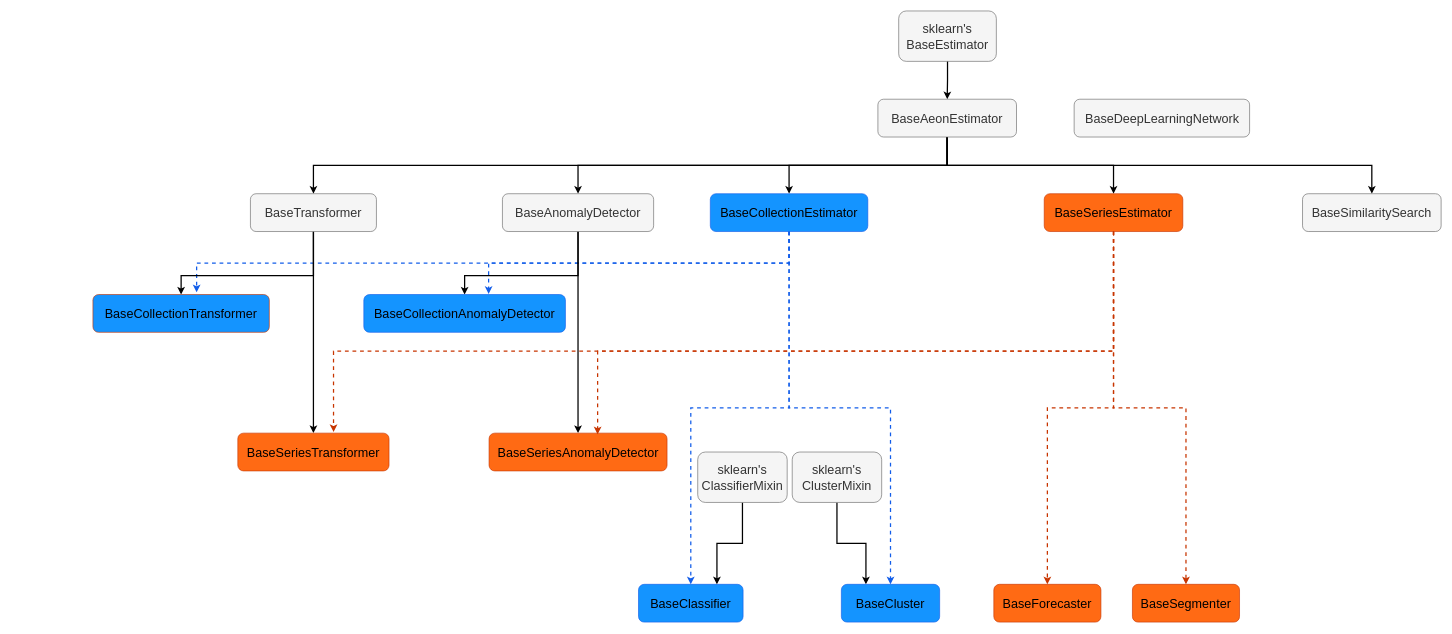
This is examples/base/img/aeon_uml_simple.drawio from aeon-toolkit/aeon, a draw.io file, before an edit. Source tidied: cells renumbered, new cells numbered last; positions are measured from the earlier drawing's top-left corner, leaving out a move shared by most shapes. Both pictures are drawn from the tidied source at 63%, with x=0, y=0 at pixel (93, 11).
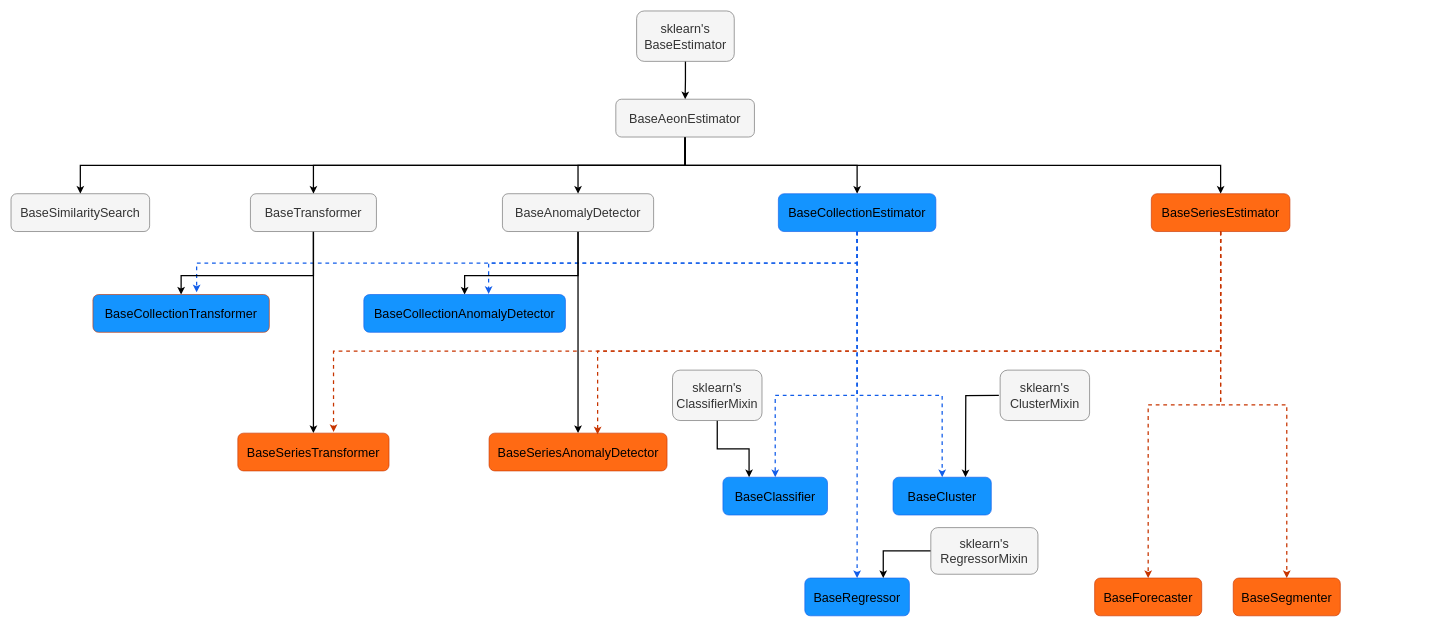
Above is the later version.

The change refers to these unchanged cells:
```xml
<mxCell id="22" value="&lt;font&gt;BaseSeriesAnomalyDetector&lt;/font&gt;" style="rounded=1;whiteSpace=wrap;html=1;fillColor=light-dark(#FF6A14,#FF6A14);fontColor=#000000;strokeColor=#C73500;fontSize=20;" parent="1" vertex="1">
  <mxGeometry x="628.8" y="670" width="282.5" height="60" as="geometry" />
</mxCell>
<mxCell id="36" value="&lt;font&gt;BaseSeriesTransformer&lt;/font&gt;" style="rounded=1;whiteSpace=wrap;html=1;fillColor=light-dark(#FF6A14,#FF6A14);fontColor=#000000;strokeColor=#C73500;fontSize=20;" parent="1" vertex="1">
  <mxGeometry x="230" y="670" width="240" height="60" as="geometry" />
</mxCell>
```

Diff of the diagram source:
```diff
@@
     <mxCell id="3" value="&lt;font&gt;sklearn's BaseEstimator&lt;/font&gt;" style="rounded=1;whiteSpace=wrap;html=1;fillColor=#f5f5f5;fontColor=#333333;strokeColor=#666666;fontSize=20;" parent="1" vertex="1">
-      <mxGeometry x="1279" y="-0.1" width="155" height="80" as="geometry" />
+      <mxGeometry x="863" y="-0.1" width="155" height="80" as="geometry" />
     </mxCell>
@@
     <mxCell id="9" value="&lt;font&gt;BaseAeonEstimator&lt;/font&gt;" style="rounded=1;whiteSpace=wrap;html=1;fillColor=#f5f5f5;fontColor=#333333;strokeColor=#666666;fontSize=20;" parent="1" vertex="1">
-      <mxGeometry x="1246" y="140" width="220" height="60" as="geometry" />
+      <mxGeometry x="830" y="140" width="220" height="60" as="geometry" />
     </mxCell>
@@
     <mxCell id="12" value="&lt;font&gt;BaseSeriesEstimator&lt;/font&gt;" style="rounded=1;whiteSpace=wrap;html=1;fillColor=light-dark(#FF6A14,#FF6A14);fontColor=#000000;strokeColor=#C73500;fontSize=20;" parent="1" vertex="1">
-      <mxGeometry x="1510" y="290" width="220" height="60" as="geometry" />
+      <mxGeometry x="1680" y="290" width="220" height="60" as="geometry" />
     </mxCell>
@@
     <mxCell id="14" style="edgeStyle=orthogonalEdgeStyle;rounded=0;jettySize=auto;html=1;exitX=0.5;exitY=1;exitDx=0;exitDy=0;entryX=0.5;entryY=0;entryDx=0;entryDy=0;dashed=1;fillColor=#fa6800;strokeColor=light-dark(#125DE9,#125DE9);fontSize=20;strokeWidth=2;" parent="1" edge="1" source="17" target="23">
-      <mxGeometry relative="1" as="geometry" />
+      <mxGeometry relative="1" as="geometry">
+        <Array as="points">
+          <mxPoint x="1213" y="610" />
+          <mxPoint x="1083" y="610" />
+        </Array>
+      </mxGeometry>
     </mxCell>
     <mxCell id="15" style="edgeStyle=orthogonalEdgeStyle;rounded=0;jettySize=auto;html=1;exitX=0.5;exitY=1;exitDx=0;exitDy=0;entryX=0.5;entryY=0;entryDx=0;entryDy=0;dashed=1;fillColor=#fa6800;strokeColor=light-dark(#125DE9,#125DE9);fontSize=20;strokeWidth=2;" parent="1" edge="1" source="17" target="28">
-      <mxGeometry relative="1" as="geometry" />
+      <mxGeometry relative="1" as="geometry">
+        <Array as="points">
+          <mxPoint x="1213" y="610" />
+          <mxPoint x="1348" y="610" />
+        </Array>
+      </mxGeometry>
     </mxCell>
@@
     <mxCell id="17" value="&lt;font&gt;BaseCollectionEstimator&lt;/font&gt;" style="rounded=1;whiteSpace=wrap;html=1;fillColor=light-dark(#1494FF,#1494FF);fontColor=#000000;strokeColor=light-dark(#125DE9,#125DE9);fontSize=20;" parent="1" vertex="1">
-      <mxGeometry x="980" y="290" width="250" height="60" as="geometry" />
+      <mxGeometry x="1088" y="290" width="250" height="60" as="geometry" />
     </mxCell>
@@
     <mxCell id="23" value="&lt;font&gt;BaseClassifier&lt;/font&gt;" style="rounded=1;whiteSpace=wrap;html=1;fillColor=light-dark(#1494FF,#1494FF);fontColor=#000000;strokeColor=light-dark(#125DE9,#125DE9);fontSize=20;" parent="1" vertex="1">
-      <mxGeometry x="866" y="910" width="166" height="60" as="geometry" />
+      <mxGeometry x="1000" y="740" width="166" height="60" as="geometry" />
     </mxCell>
-    <mxCell id="24" style="edgeStyle=orthogonalEdgeStyle;rounded=0;jettySize=auto;html=1;exitX=0.5;exitY=1;exitDx=0;exitDy=0;entryX=0.75;entryY=0;entryDx=0;entryDy=0;strokeWidth=2;" parent="1" edge="1" source="25" target="23">
+    <mxCell id="24" style="edgeStyle=orthogonalEdgeStyle;rounded=0;jettySize=auto;html=1;exitX=0.5;exitY=1;exitDx=0;exitDy=0;entryX=0.25;entryY=0;entryDx=0;entryDy=0;strokeWidth=2;" parent="1" edge="1" source="25" target="23">
       <mxGeometry relative="1" as="geometry" />
     </mxCell>
     <mxCell id="25" value="&lt;font&gt;sklearn's ClassifierMixin&lt;/font&gt;" style="rounded=1;whiteSpace=wrap;html=1;fillColor=#f5f5f5;fontColor=#333333;strokeColor=#666666;fontSize=20;" parent="1" vertex="1">
-      <mxGeometry x="960" y="700" width="142" height="80" as="geometry" />
+      <mxGeometry x="920" y="570" width="142" height="80" as="geometry" />
     </mxCell>
-    <mxCell id="26" style="edgeStyle=orthogonalEdgeStyle;rounded=0;jettySize=auto;html=1;exitX=0.5;exitY=1;exitDx=0;exitDy=0;entryX=0.25;entryY=0;entryDx=0;entryDy=0;strokeWidth=2;" parent="1" edge="1" source="27" target="28">
-      <mxGeometry relative="1" as="geometry" />
+    <mxCell id="26" style="edgeStyle=orthogonalEdgeStyle;rounded=0;orthogonalLoop=1;jettySize=auto;html=1;exitX=0;exitY=0.5;exitDx=0;exitDy=0;entryX=0.75;entryY=0;entryDx=0;entryDy=0;strokeWidth=2;" parent="1" edge="1">
+      <mxGeometry relative="1" as="geometry">
+        <mxPoint x="1438" y="610" as="sourcePoint" />
+        <mxPoint x="1385" y="740" as="targetPoint" />
+      </mxGeometry>
     </mxCell>
     <mxCell id="27" value="&lt;font&gt;sklearn's ClusterMixin&lt;/font&gt;" style="rounded=1;whiteSpace=wrap;html=1;fillColor=#f5f5f5;fontColor=#333333;strokeColor=#666666;fontSize=20;" parent="1" vertex="1">
-      <mxGeometry x="1110" y="700" width="142" height="80" as="geometry" />
+      <mxGeometry x="1440" y="570" width="142" height="80" as="geometry" />
     </mxCell>
     <mxCell id="28" value="&lt;font&gt;BaseCluster&lt;/font&gt;" style="rounded=1;whiteSpace=wrap;html=1;fillColor=light-dark(#1494FF,#1494FF);fontColor=#000000;strokeColor=light-dark(#125DE9,#125DE9);fontSize=20;" parent="1" vertex="1">
-      <mxGeometry x="1188" y="910" width="156" height="60" as="geometry" />
+      <mxGeometry x="1270" y="740" width="156" height="60" as="geometry" />
     </mxCell>
     <mxCell id="29" value="&lt;font&gt;BaseForecaster&lt;/font&gt;" style="rounded=1;whiteSpace=wrap;html=1;fillColor=light-dark(#FF6A14,#FF6A14);fontColor=#000000;strokeColor=#C73500;fontSize=20;" parent="1" vertex="1">
-      <mxGeometry x="1430" y="910" width="170" height="60" as="geometry" />
+      <mxGeometry x="1590" y="900" width="170" height="60" as="geometry" />
     </mxCell>
-    <mxCell id="30" value="&lt;font&gt;BaseDeepLearningNetwork&lt;/font&gt;" style="rounded=1;whiteSpace=wrap;html=1;fillColor=#f5f5f5;fontColor=#333333;strokeColor=#666666;fontSize=20;" parent="1" vertex="1">
-      <mxGeometry x="1557.5" y="140" width="278.5" height="60" as="geometry" />
-    </mxCell>
     <mxCell id="31" value="&lt;font&gt;BaseSegmenter&lt;/font&gt;" style="rounded=1;whiteSpace=wrap;html=1;fillColor=light-dark(#FF6A14,#FF6A14);fontColor=#000000;strokeColor=#C73500;fontSize=20;" parent="1" vertex="1">
-      <mxGeometry x="1650" y="910" width="170" height="60" as="geometry" />
+      <mxGeometry x="1810" y="900" width="170" height="60" as="geometry" />
     </mxCell>
     <mxCell id="32" value="&lt;font&gt;BaseSimilaritySearch&lt;/font&gt;" style="rounded=1;whiteSpace=wrap;html=1;fillColor=#f5f5f5;fontColor=#333333;strokeColor=#666666;fontSize=20;" parent="1" vertex="1">
-      <mxGeometry x="1920" y="290" width="220" height="60" as="geometry" />
+      <mxGeometry x="-130" y="290" width="220" height="60" as="geometry" />
     </mxCell>
@@
     <mxCell id="38" style="edgeStyle=orthogonalEdgeStyle;rounded=0;jettySize=auto;html=1;exitX=0.5;exitY=1;exitDx=0;exitDy=0;entryX=0.61;entryY=0.033;entryDx=0;entryDy=0;entryPerimeter=0;dashed=1;fillColor=#fa6800;strokeColor=#C73500;strokeWidth=2;" parent="1" edge="1" source="12" target="22">
       <mxGeometry relative="1" as="geometry">
         <Array as="points">
-          <mxPoint x="1620" y="540" />
+          <mxPoint x="1790" y="540" />
           <mxPoint x="801" y="540" />
         </Array>
       </mxGeometry>
     </mxCell>
     <mxCell id="39" style="edgeStyle=orthogonalEdgeStyle;rounded=0;jettySize=auto;html=1;exitX=0.5;exitY=1;exitDx=0;exitDy=0;entryX=0.633;entryY=-0.03;entryDx=0;entryDy=0;entryPerimeter=0;dashed=1;fillColor=#fa6800;strokeColor=#C73500;strokeWidth=2;" parent="1" edge="1" source="12" target="36">
       <mxGeometry relative="1" as="geometry">
         <Array as="points">
-          <mxPoint x="1620" y="540" />
+          <mxPoint x="1790" y="540" />
           <mxPoint x="382" y="540" />
         </Array>
       </mxGeometry>
     </mxCell>
+    <mxCell id="40" value="&lt;font&gt;BaseRegressor&lt;/font&gt;" style="rounded=1;whiteSpace=wrap;html=1;fillColor=light-dark(#1494FF,#1494FF);fontColor=#000000;strokeColor=light-dark(#125DE9,#125DE9);fontSize=20;" parent="1" vertex="1">
+      <mxGeometry x="1130" y="900" width="166" height="60" as="geometry" />
+    </mxCell>
+    <mxCell id="41" style="edgeStyle=orthogonalEdgeStyle;rounded=0;jettySize=auto;html=1;exitX=0;exitY=0.5;exitDx=0;exitDy=0;entryX=0.75;entryY=0;entryDx=0;entryDy=0;strokeWidth=2;" parent="1" edge="1" source="42" target="40">
+      <mxGeometry relative="1" as="geometry" />
+    </mxCell>
+    <mxCell id="42" value="&lt;font&gt;sklearn's RegressorMixin&lt;/font&gt;" style="rounded=1;whiteSpace=wrap;html=1;fillColor=#f5f5f5;fontColor=#333333;strokeColor=#666666;fontSize=20;" parent="1" vertex="1">
+      <mxGeometry x="1330" y="820" width="170" height="74" as="geometry" />
+    </mxCell>
+    <mxCell id="43" style="edgeStyle=orthogonalEdgeStyle;rounded=0;jettySize=auto;html=1;exitX=0.5;exitY=1;exitDx=0;exitDy=0;entryX=0.5;entryY=0;entryDx=0;entryDy=0;dashed=1;fillColor=#fa6800;strokeColor=light-dark(#125DE9,#125DE9);fontSize=20;strokeWidth=2;" parent="1" edge="1" source="17" target="40">
+      <mxGeometry relative="1" as="geometry">
+        <Array as="points">
+          <mxPoint x="1213" y="900" />
+        </Array>
+      </mxGeometry>
+    </mxCell>
```
